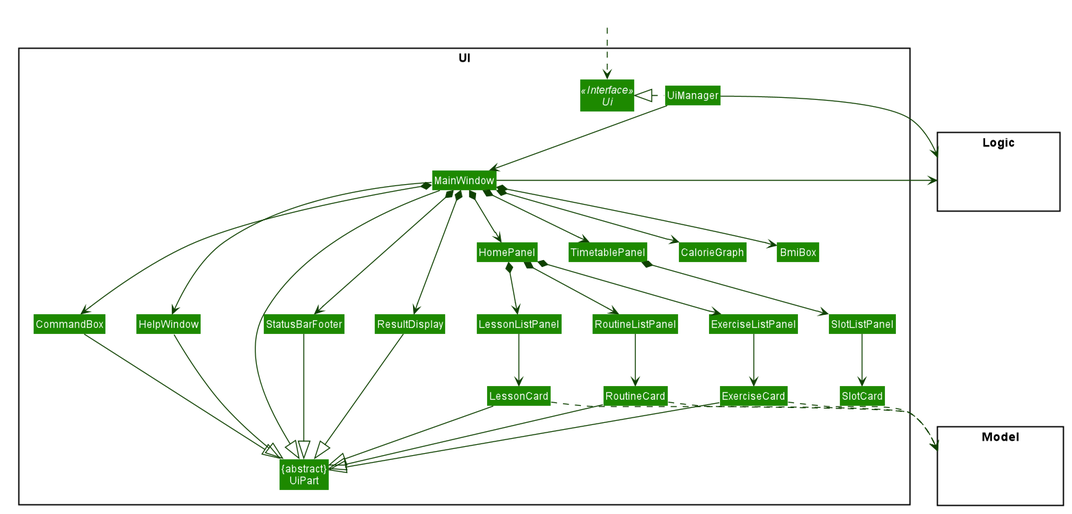
This is docs/images/UiClassDiagram.png from nus-cs2103-AY2021S1/tp, a PlantUML export, as it was before one commit.
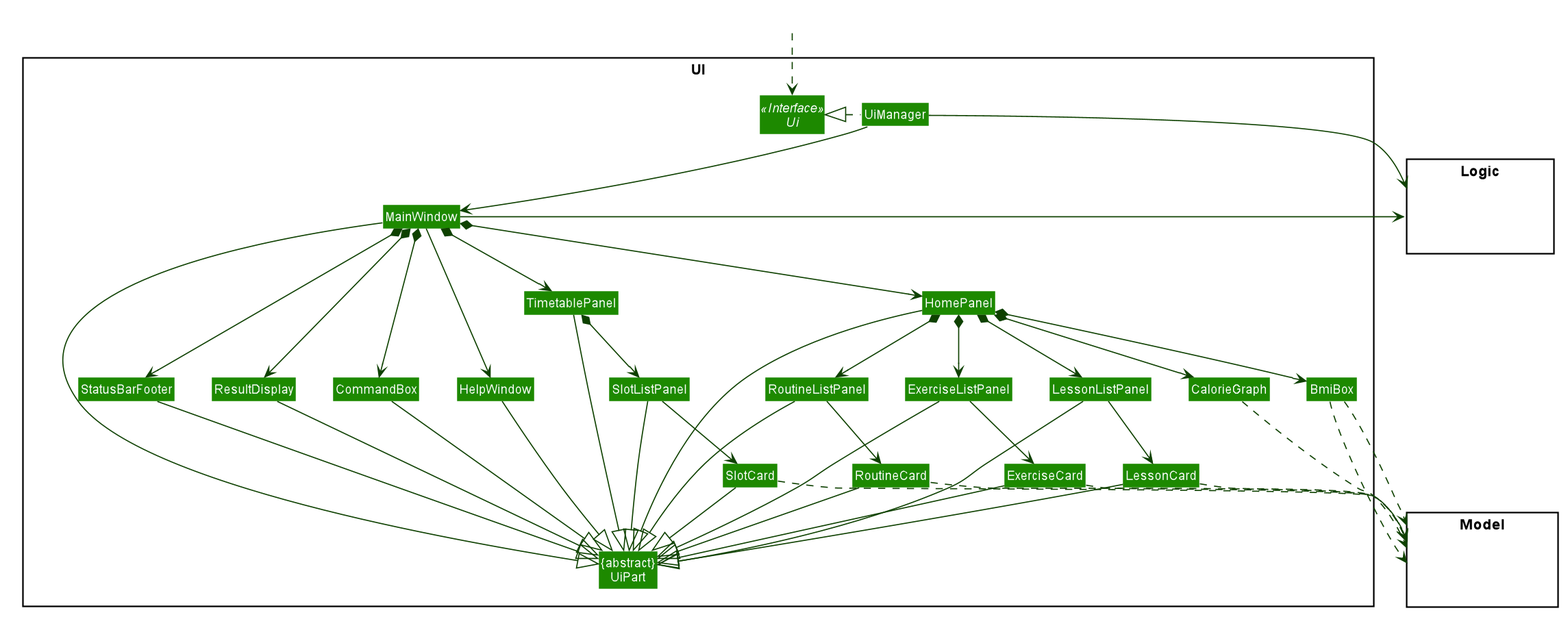
The same file after the commit.

The edit, as a diff of the source:
```diff
@@ -93,11 +93,11 @@
 MainWindow *-down-> StatusBarFooter
 MainWindow *-down-> HomePanel
 MainWindow *-down-> TimetablePanel
-MainWindow *-down-> CalorieGraph
-MainWindow *-down-> BmiBox
 HomePanel *-down-> ExerciseListPanel
 HomePanel *-down-> RoutineListPanel
 HomePanel *-down-> LessonListPanel
+HomePanel *-down-> CalorieGraph
+HomePanel *-down-> BmiBox
 TimetablePanel *-down-> SlotListPanel
 ExerciseListPanel -down-> ExerciseCard
 RoutineListPanel -down-> RoutineCard
@@ -112,11 +112,22 @@
 RoutineCard --|> UiPart
 LessonCard --|> UiPart
 StatusBarFooter --|> UiPart
+HomePanel --|> UiPart
+TimetablePanel --|> UiPart
+RoutineListPanel --|> UiPart
+ExerciseListPanel --|> UiPart
+LessonListPanel --|> UiPart
+SlotListPanel --|> UiPart
+SlotCard --|> UiPart
 HelpWindow -down-|> UiPart
 
 ExerciseCard ..> Model
 RoutineCard ..> Model
 LessonCard ..> Model
+BmiBox ..> Model
+CalorieGraph ..> Model
+BmiBox ..> Model
+SlotCard ..> Model
 UiManager -right-> Logic
 MainWindow -left-> Logic
 
```
